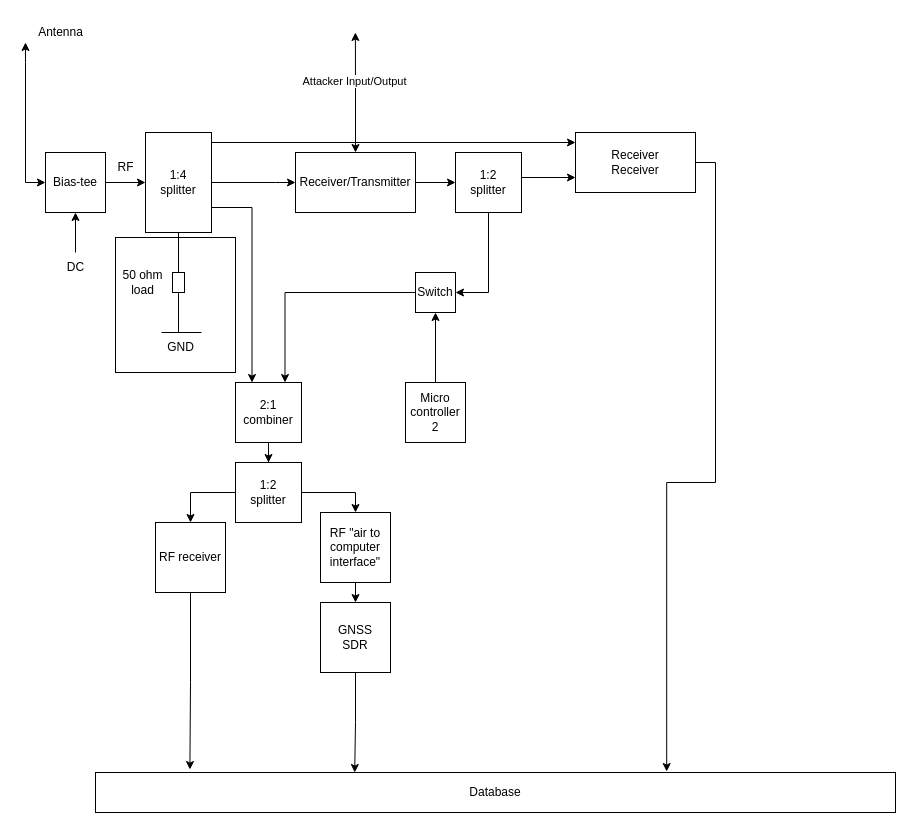
Before: page "Radio Circuit" (3 of 4) of diagrams/GNSS Datalogger Blockdiagram.drawio in torejohansson97/tightly-coupled-gnss-data-logger, a draw.io diagram. Source tidied: cells renumbered, new cells numbered last; positions are measured from the earlier drawing's top-left corner, leaving out a move shared by most shapes. Both pictures are drawn from the tidied source at 100%, with x=0, y=0 at pixel (25, 17).
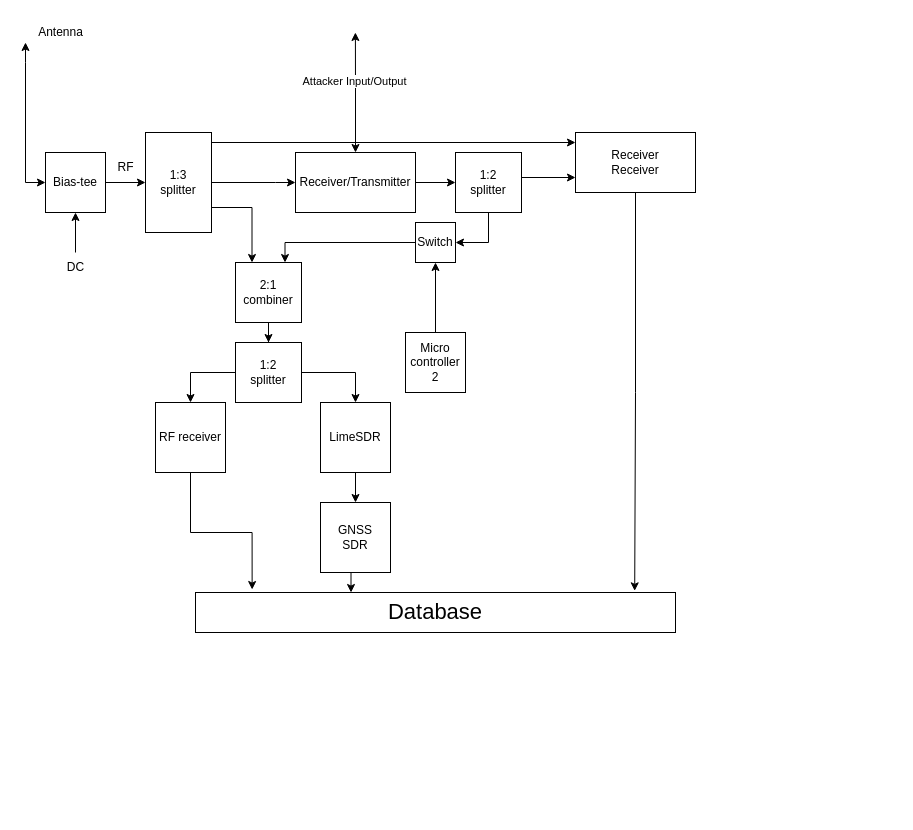
The same diagram, later.

Commit message:
Mettre à jour GNSS Datalogger Blockdiagram.drawio

The change refers to these unchanged cells:
```xml
<mxCell id="26" value="Receiver&lt;br&gt;Receiver" style="whiteSpace=wrap;html=1;" parent="1" vertex="1">
  <mxGeometry x="550" y="115" width="120" height="60" as="geometry" />
</mxCell>
```

The edit, as a diff of the source:
```diff
@@
-    <mxCell id="2" style="rounded=0;whiteSpace=wrap;html=1;" parent="1" vertex="1">
-      <mxGeometry x="90" y="220" width="120" height="135" as="geometry" />
-    </mxCell>
@@
-    <mxCell id="6" style="edgeStyle=orthogonalEdgeStyle;rounded=0;jettySize=auto;html=1;endArrow=none;endFill=0;" parent="1" edge="1" source="8" target="38">
-      <mxGeometry relative="1" as="geometry" />
-    </mxCell>
@@
-    <mxCell id="8" value="1:4&lt;br&gt;splitter" style="rounded=0;whiteSpace=wrap;html=1;" parent="1" vertex="1">
+    <mxCell id="8" value="1:3&lt;br&gt;splitter" style="rounded=0;whiteSpace=wrap;html=1;" parent="1" vertex="1">
       <mxGeometry x="120" y="115" width="66" height="100" as="geometry" />
     </mxCell>
@@
     <mxCell id="10" value="GNSS&lt;br&gt;SDR" style="whiteSpace=wrap;html=1;" parent="1" vertex="1">
-      <mxGeometry x="295" y="585" width="70" height="70" as="geometry" />
+      <mxGeometry x="295" y="485" width="70" height="70" as="geometry" />
     </mxCell>
     <mxCell id="11" style="edgeStyle=orthogonalEdgeStyle;rounded=0;jettySize=auto;html=1;exitX=0.5;exitY=0;exitDx=0;exitDy=0;" parent="1" edge="1" source="12">
       <mxGeometry relative="1" as="geometry">
-        <mxPoint x="410" y="295" as="targetPoint" />
+        <mxPoint x="410" y="245" as="targetPoint" />
       </mxGeometry>
     </mxCell>
     <mxCell id="12" value="Micro&lt;br&gt;controller 2" style="rounded=0;whiteSpace=wrap;html=1;" parent="1" vertex="1">
-      <mxGeometry x="380" y="365" width="60" height="60" as="geometry" />
+      <mxGeometry x="380" y="315" width="60" height="60" as="geometry" />
     </mxCell>
@@
     <mxCell id="19" value="Switch" style="whiteSpace=wrap;html=1;" parent="1" vertex="1">
-      <mxGeometry x="390" y="255" width="40" height="40" as="geometry" />
+      <mxGeometry x="390" y="205" width="40" height="40" as="geometry" />
     </mxCell>
@@
     <mxCell id="21" value="2:1&lt;br&gt;combiner" style="rounded=0;whiteSpace=wrap;html=1;" parent="1" vertex="1">
-      <mxGeometry x="210" y="365" width="66" height="60" as="geometry" />
+      <mxGeometry x="210" y="245" width="66" height="60" as="geometry" />
     </mxCell>
     <mxCell id="22" style="edgeStyle=orthogonalEdgeStyle;rounded=0;jettySize=auto;html=1;entryX=0.75;entryY=0;entryDx=0;entryDy=0;exitX=0;exitY=0.5;exitDx=0;exitDy=0;" parent="1" edge="1" source="19" target="21">
-      <mxGeometry relative="1" as="geometry" />
+      <mxGeometry relative="1" as="geometry">
+        <Array as="points">
+          <mxPoint x="260" y="225" />
+        </Array>
+      </mxGeometry>
     </mxCell>
@@
     <mxCell id="24" value="RF receiver" style="rounded=0;whiteSpace=wrap;html=1;" parent="1" vertex="1">
-      <mxGeometry x="130" y="505" width="70" height="70" as="geometry" />
+      <mxGeometry x="130" y="385" width="70" height="70" as="geometry" />
     </mxCell>
-    <mxCell id="25" style="edgeStyle=orthogonalEdgeStyle;rounded=0;jettySize=auto;html=1;exitX=1;exitY=0.5;exitDx=0;exitDy=0;entryX=0.714;entryY=-0.025;entryDx=0;entryDy=0;entryPerimeter=0;" parent="1" edge="1" source="26" target="44">
+    <mxCell id="25" style="edgeStyle=orthogonalEdgeStyle;rounded=0;jettySize=auto;html=1;exitX=0.5;exitY=1;exitDx=0;exitDy=0;entryX=0.915;entryY=-0.042;entryDx=0;entryDy=0;entryPerimeter=0;fontSize=22;" parent="1" edge="1" source="26" target="44">
       <mxGeometry relative="1" as="geometry" />
     </mxCell>
@@
     <mxCell id="30" value="1:2&lt;br&gt;splitter" style="rounded=0;whiteSpace=wrap;html=1;" parent="1" vertex="1">
-      <mxGeometry x="210" y="445" width="66" height="60" as="geometry" />
+      <mxGeometry x="210" y="325" width="66" height="60" as="geometry" />
     </mxCell>
@@
-    <mxCell id="37" style="endArrow=none;html=1;rounded=0;" parent="1" edge="1">
-      <mxGeometry relative="1" as="geometry">
-        <mxPoint x="136" y="315" as="sourcePoint" />
-        <mxPoint x="176" y="315" as="targetPoint" />
-      </mxGeometry>
-    </mxCell>
-    <mxCell id="38" style="rounded=0;whiteSpace=wrap;html=1;" parent="1" vertex="1">
-      <mxGeometry x="147" y="255" width="12" height="20" as="geometry" />
-    </mxCell>
-    <mxCell id="39" style="endArrow=none;html=1;rounded=0;entryX=0.5;entryY=1;entryDx=0;entryDy=0;" parent="1" edge="1" target="38">
-      <mxGeometry relative="1" as="geometry">
-        <mxPoint x="153" y="315" as="sourcePoint" />
-      </mxGeometry>
-    </mxCell>
-    <mxCell id="40" value="GND" style="text;html=1;align=center;verticalAlign=middle;strokeColor=none;fillColor=none;" parent="1" vertex="1">
-      <mxGeometry x="130" y="315" width="50" height="30" as="geometry" />
-    </mxCell>
-    <mxCell id="41" value="50 ohm &lt;br&gt;load" style="text;html=1;align=center;verticalAlign=middle;strokeColor=none;fillColor=none;" parent="1" vertex="1">
-      <mxGeometry x="87" y="245" width="60" height="40" as="geometry" />
-    </mxCell>
@@
-    <mxCell id="43" value="RF &quot;air to computer interface&quot;" style="whiteSpace=wrap;html=1;" parent="1" vertex="1">
-      <mxGeometry x="295" y="495" width="70" height="70" as="geometry" />
+    <mxCell id="43" value="LimeSDR" style="whiteSpace=wrap;html=1;" parent="1" vertex="1">
+      <mxGeometry x="295" y="385" width="70" height="70" as="geometry" />
     </mxCell>
-    <mxCell id="44" value="Database" style="rounded=0;whiteSpace=wrap;html=1;" parent="1" vertex="1">
-      <mxGeometry x="70" y="755" width="800" height="40" as="geometry" />
+    <mxCell id="44" value="&lt;font style=&quot;font-size: 22px;&quot;&gt;Database&lt;/font&gt;" style="rounded=0;whiteSpace=wrap;html=1;" parent="1" vertex="1">
+      <mxGeometry x="170" y="575" width="480" height="40" as="geometry" />
     </mxCell>
```
